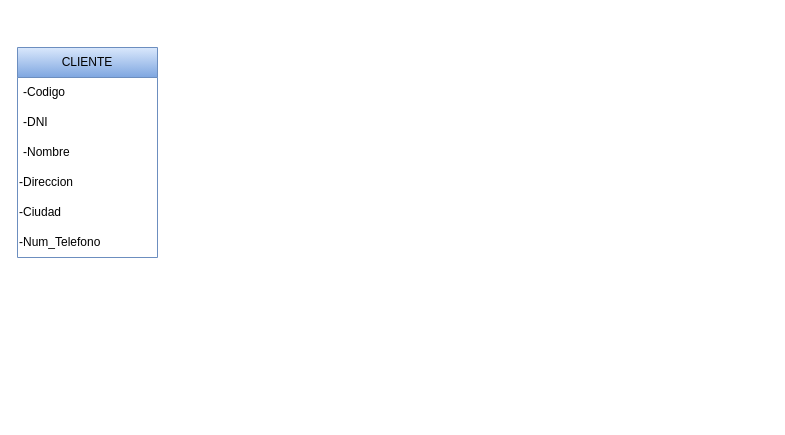
Before: Diagrama sin título.drawio in NahuelLV/Base-de-Datos, a draw.io diagram. Source tidied: cells renumbered, new cells numbered last; positions are measured from the earlier drawing's top-left corner, leaving out a move shared by most shapes. Both pictures are drawn from the tidied source at 100%, with x=0, y=0 at pixel (17, 47).
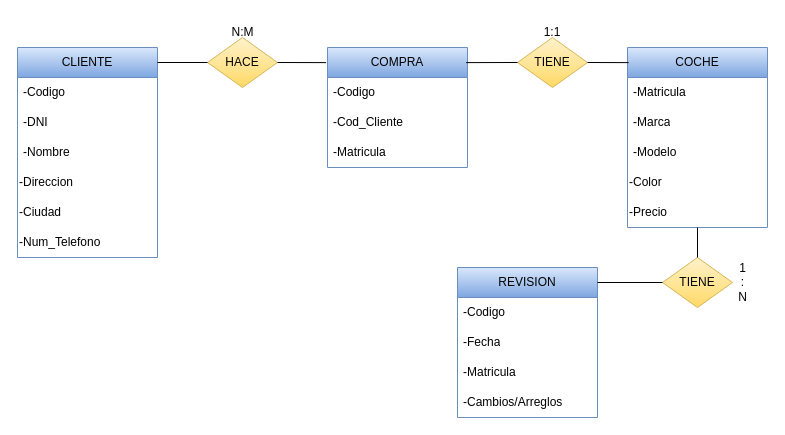
The same page after the edit.

Diff of the diagram source:
```diff
@@
+    <mxCell id="9" value="COMPRA" style="swimlane;fontStyle=0;horizontal=1;startSize=30;whiteSpace=wrap;html=1;fillColor=#dae8fc;gradientColor=#7ea6e0;strokeColor=#6c8ebf;" parent="1" vertex="1">
+      <mxGeometry x="310" width="140" height="120" as="geometry" />
+    </mxCell>
+    <mxCell id="10" value="-Codigo" style="text;strokeColor=none;fillColor=none;align=left;verticalAlign=middle;spacingLeft=4;spacingRight=4;overflow=hidden;whiteSpace=wrap;html=1;" parent="9" vertex="1">
+      <mxGeometry y="30" width="140" height="30" as="geometry" />
+    </mxCell>
+    <mxCell id="11" value="-Cod_Cliente" style="text;strokeColor=none;fillColor=none;align=left;verticalAlign=middle;spacingLeft=4;spacingRight=4;overflow=hidden;whiteSpace=wrap;html=1;" parent="9" vertex="1">
+      <mxGeometry y="60" width="140" height="30" as="geometry" />
+    </mxCell>
+    <mxCell id="12" value="-Matricula" style="text;strokeColor=none;fillColor=none;align=left;verticalAlign=middle;spacingLeft=4;spacingRight=4;overflow=hidden;whiteSpace=wrap;html=1;" parent="9" vertex="1">
+      <mxGeometry y="90" width="140" height="30" as="geometry" />
+    </mxCell>
+    <mxCell id="13" value="COCHE" style="swimlane;fontStyle=0;horizontal=1;startSize=30;whiteSpace=wrap;html=1;fillColor=#dae8fc;gradientColor=#7ea6e0;strokeColor=#6c8ebf;" parent="1" vertex="1">
+      <mxGeometry x="610" width="140" height="180" as="geometry" />
+    </mxCell>
+    <mxCell id="14" value="-Matricula" style="text;align=left;verticalAlign=middle;spacingLeft=4;spacingRight=4;overflow=hidden;whiteSpace=wrap;html=1;" parent="13" vertex="1">
+      <mxGeometry y="30" width="140" height="30" as="geometry" />
+    </mxCell>
+    <mxCell id="15" value="-Marca" style="text;strokeColor=none;fillColor=none;align=left;verticalAlign=middle;spacingLeft=4;spacingRight=4;overflow=hidden;whiteSpace=wrap;html=1;" parent="13" vertex="1">
+      <mxGeometry y="60" width="140" height="30" as="geometry" />
+    </mxCell>
+    <mxCell id="16" value="-Modelo" style="text;strokeColor=none;fillColor=none;align=left;verticalAlign=middle;spacingLeft=4;spacingRight=4;overflow=hidden;whiteSpace=wrap;html=1;" parent="13" vertex="1">
+      <mxGeometry y="90" width="140" height="30" as="geometry" />
+    </mxCell>
+    <mxCell id="17" value="-Color" style="text;html=1;align=left;verticalAlign=middle;whiteSpace=wrap;rounded=0;" parent="13" vertex="1">
+      <mxGeometry y="120" width="140" height="30" as="geometry" />
+    </mxCell>
+    <mxCell id="18" value="-Precio" style="text;html=1;align=left;verticalAlign=middle;whiteSpace=wrap;rounded=0;" parent="13" vertex="1">
+      <mxGeometry y="150" width="140" height="30" as="geometry" />
+    </mxCell>
+    <mxCell id="19" value="HACE" style="rhombus;whiteSpace=wrap;html=1;fillColor=#fff2cc;gradientColor=#ffd966;strokeColor=#d6b656;" parent="1" vertex="1">
+      <mxGeometry x="190" y="-10" width="70" height="50" as="geometry" />
+    </mxCell>
+    <mxCell id="20" value="TIENE" style="rhombus;whiteSpace=wrap;html=1;fillColor=#fff2cc;gradientColor=#ffd966;strokeColor=#d6b656;" parent="1" vertex="1">
+      <mxGeometry x="500" y="-10" width="70" height="50" as="geometry" />
+    </mxCell>
+    <mxCell id="21" style="endArrow=none;html=1;rounded=0;entryX=0;entryY=0.5;entryDx=0;entryDy=0;" parent="1" edge="1" target="19">
+      <mxGeometry relative="1" as="geometry">
+        <mxPoint x="140" y="15" as="sourcePoint" />
+      </mxGeometry>
+    </mxCell>
+    <mxCell id="22" style="endArrow=none;html=1;rounded=0;entryX=1;entryY=0.5;entryDx=0;entryDy=0;exitX=-0.01;exitY=0.126;exitDx=0;exitDy=0;exitPerimeter=0;" parent="1" edge="1" source="9" target="19">
+      <mxGeometry relative="1" as="geometry" />
+    </mxCell>
+    <mxCell id="23" style="endArrow=none;html=1;rounded=0;entryX=0;entryY=0.5;entryDx=0;entryDy=0;exitX=0.99;exitY=0.126;exitDx=0;exitDy=0;exitPerimeter=0;" parent="1" edge="1" source="9" target="20">
+      <mxGeometry relative="1" as="geometry" />
+    </mxCell>
+    <mxCell id="24" style="endArrow=none;html=1;rounded=0;entryX=1;entryY=0.5;entryDx=0;entryDy=0;exitX=0.008;exitY=0.084;exitDx=0;exitDy=0;exitPerimeter=0;" parent="1" edge="1" source="13" target="20">
+      <mxGeometry relative="1" as="geometry" />
+    </mxCell>
+    <mxCell id="25" value="N:M" style="text;html=1;align=center;verticalAlign=middle;strokeColor=none;fillColor=none;" parent="1" vertex="1">
+      <mxGeometry x="200" y="-30" width="50" height="30" as="geometry" />
+    </mxCell>
+    <mxCell id="26" value="1:1" style="text;html=1;align=center;verticalAlign=middle;whiteSpace=wrap;rounded=0;" parent="1" vertex="1">
+      <mxGeometry x="505" y="-30" width="60" height="30" as="geometry" />
+    </mxCell>
+    <mxCell id="27" value="TIENE" style="rhombus;whiteSpace=wrap;html=1;fillColor=#fff2cc;gradientColor=#ffd966;strokeColor=#d6b656;" parent="1" vertex="1">
+      <mxGeometry x="645" y="210" width="70" height="50" as="geometry" />
+    </mxCell>
+    <mxCell id="28" style="endArrow=none;html=1;rounded=0;entryX=0.5;entryY=1;entryDx=0;entryDy=0;exitX=0.5;exitY=0;exitDx=0;exitDy=0;" parent="1" edge="1" source="27" target="18">
+      <mxGeometry relative="1" as="geometry" />
+    </mxCell>
+    <mxCell id="29" value="REVISION" style="swimlane;fontStyle=0;horizontal=1;startSize=30;whiteSpace=wrap;html=1;fillColor=#dae8fc;gradientColor=#7ea6e0;strokeColor=#6c8ebf;" parent="1" vertex="1">
+      <mxGeometry x="440" y="220" width="140" height="150" as="geometry" />
+    </mxCell>
+    <mxCell id="30" value="-Codigo" style="text;strokeColor=none;fillColor=none;align=left;verticalAlign=middle;spacingLeft=4;spacingRight=4;overflow=hidden;whiteSpace=wrap;html=1;" parent="29" vertex="1">
+      <mxGeometry y="30" width="140" height="30" as="geometry" />
+    </mxCell>
+    <mxCell id="31" value="-Fecha" style="text;strokeColor=none;fillColor=none;align=left;verticalAlign=middle;spacingLeft=4;spacingRight=4;overflow=hidden;whiteSpace=wrap;html=1;" parent="29" vertex="1">
+      <mxGeometry y="60" width="140" height="30" as="geometry" />
+    </mxCell>
+    <mxCell id="32" value="-Matricula" style="text;strokeColor=none;fillColor=none;align=left;verticalAlign=middle;spacingLeft=4;spacingRight=4;overflow=hidden;whiteSpace=wrap;html=1;" parent="29" vertex="1">
+      <mxGeometry y="90" width="140" height="30" as="geometry" />
+    </mxCell>
+    <mxCell id="33" value="-Cambios/Arreglos" style="text;strokeColor=none;fillColor=none;align=left;verticalAlign=middle;spacingLeft=4;spacingRight=4;overflow=hidden;whiteSpace=wrap;html=1;" parent="29" vertex="1">
+      <mxGeometry y="120" width="140" height="30" as="geometry" />
+    </mxCell>
+    <mxCell id="34" style="endArrow=none;html=1;rounded=0;entryX=0;entryY=0.5;entryDx=0;entryDy=0;" parent="1" edge="1" target="27">
+      <mxGeometry relative="1" as="geometry">
+        <mxPoint x="580" y="235" as="sourcePoint" />
+      </mxGeometry>
+    </mxCell>
+    <mxCell id="35" value="1&lt;div&gt;:&lt;br&gt;N&lt;/div&gt;" style="text;html=1;align=center;verticalAlign=middle;strokeColor=none;fillColor=none;" parent="1" vertex="1">
+      <mxGeometry x="710" y="205" width="30" height="60" as="geometry" />
+    </mxCell>
```
